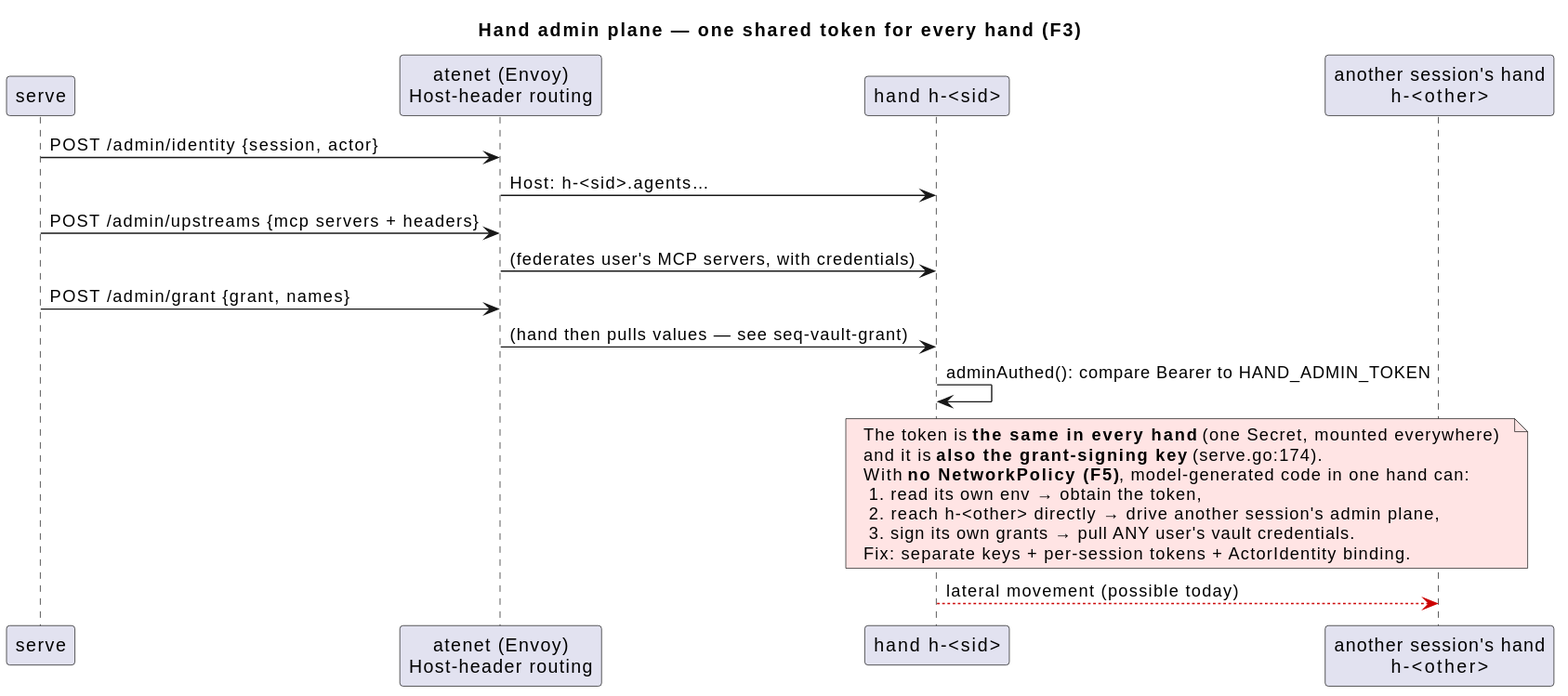
Above: agentplane/docs/threat-model/seq-hand-admin.svg in agents-community/supercluster (PlantUML), before the change.
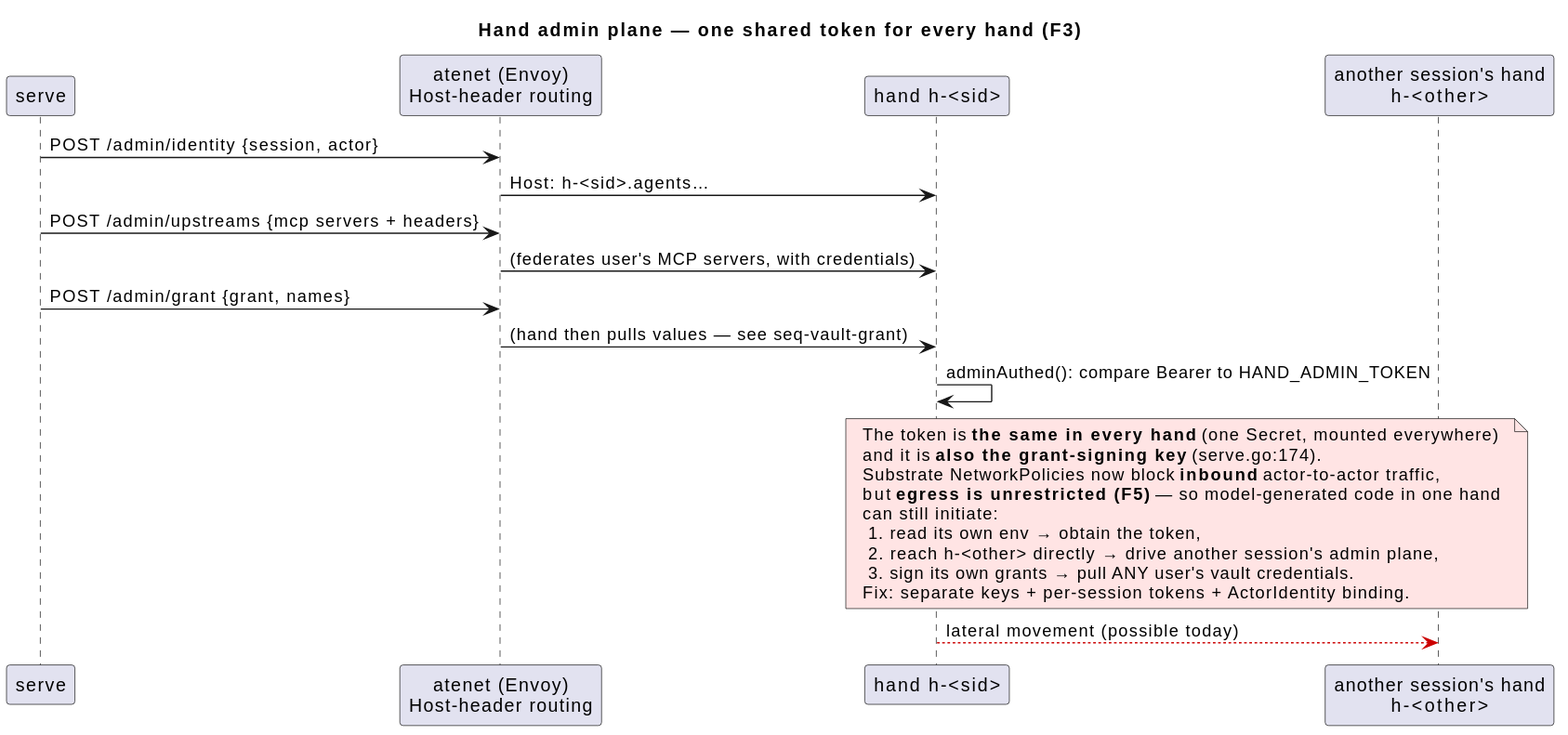
After the change.

Commit message:
threat model: reconcile with the cluster as it actually runs

The edit, as a diff of the source:
```diff
@@ -17,7 +17,9 @@
 note over hand, other #FFE4E4
   The token is <b>the same in every hand</b> (one Secret, mounted everywhere)
   and it is <b>also the grant-signing key</b> (serve.go:174).
-  With <b>no NetworkPolicy (F5)</b>, model-generated code in one hand can:
+  Substrate NetworkPolicies now block <b>inbound</b> actor-to-actor traffic,
+  but <b>egress is unrestricted (F5)</b> — so model-generated code in one hand
+  can still initiate:
    1. read its own env → obtain the token,
    2. reach h-<other> directly → drive another session's admin plane,
    3. sign its own grants → pull ANY user's vault credentials.
```
